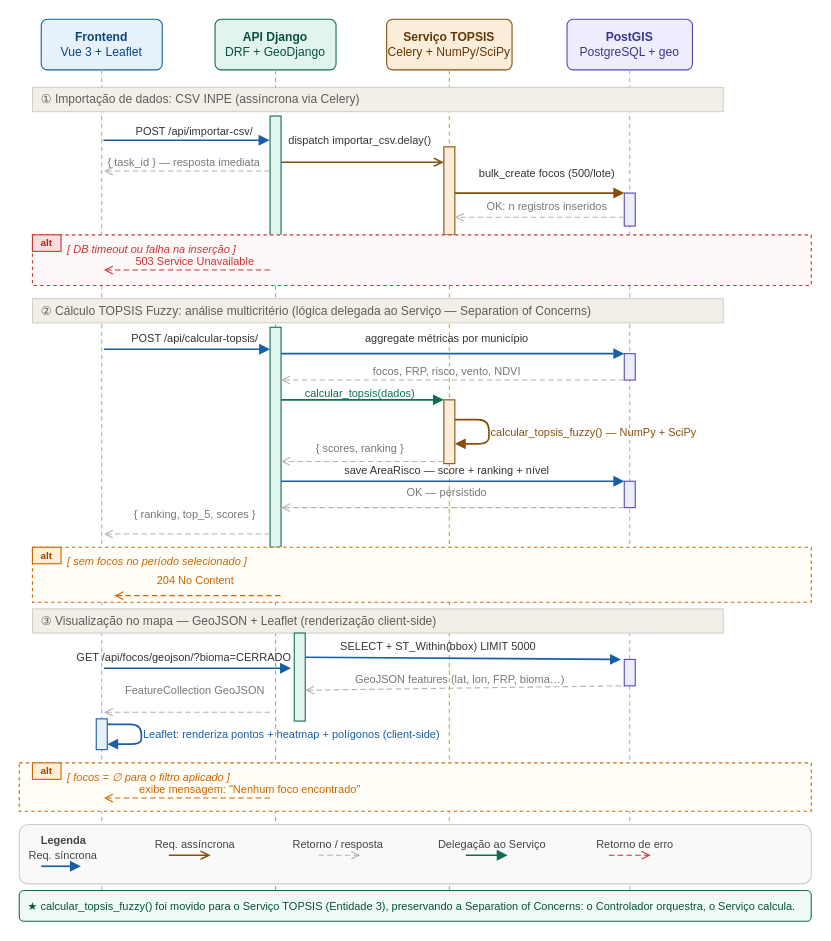
rogeriocerqueira/ignisGeo keeps this draw.io diagram as docs/diagrama-sequencia-ignisGeo-v2.drawio. Above is the earlier version. Source tidied: cells renumbered, new cells numbered last; positions are measured from the earlier drawing's top-left corner, leaving out a move shared by most shapes. Both pictures are drawn from the tidied source at 110%, with x=0, y=0 at pixel (19, 19).
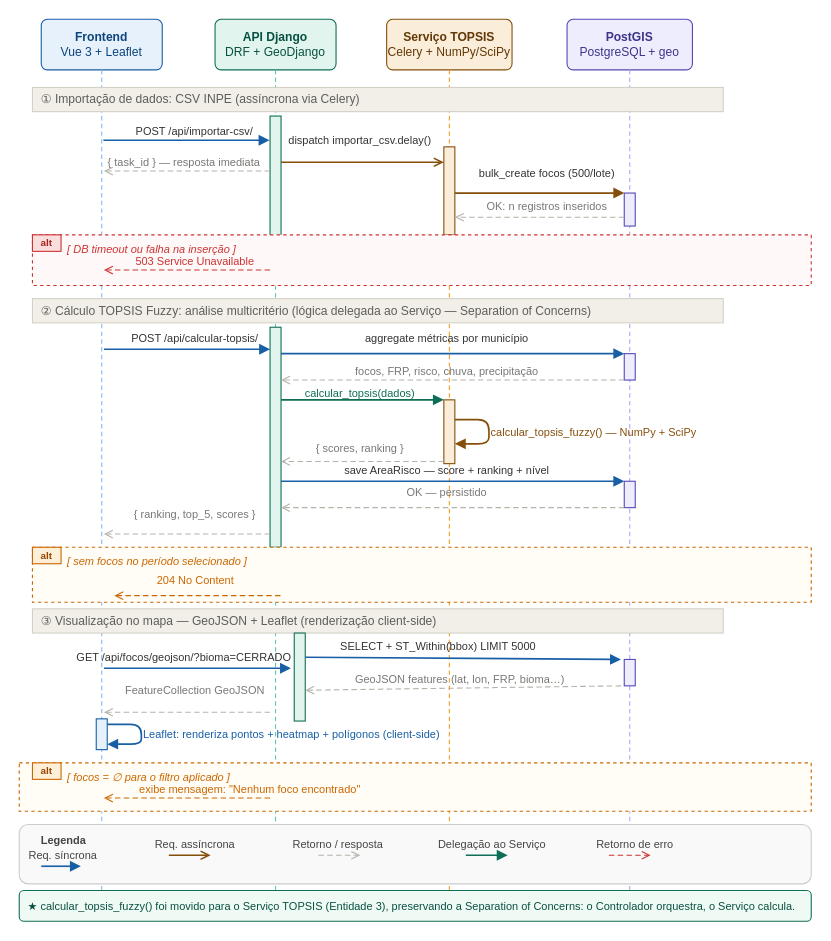
After the change.

Commit message (it also covers changes not shown here):
update sequences diagram

The edit, as a diff of the source:
```diff
@@
-    <mxCell id="30" value="focos, FRP, risco, vento, NDVI" style="endArrow=open;endFill=0;dashed=1;dashPattern=5 3;strokeColor=#B4B2A9;strokeWidth=1;fontSize=10;fontColor=#777775;labelBackgroundColor=none;" parent="1" edge="1">
+    <mxCell id="30" value="focos, FRP, risco, chuva, precipitação" style="endArrow=open;endFill=0;dashed=1;dashPattern=5 3;strokeColor=#B4B2A9;strokeWidth=1;fontSize=10;fontColor=#777775;labelBackgroundColor=none;" parent="1" edge="1">
       <mxGeometry x="0.03" y="-8" relative="1" as="geometry">
         <mxPoint x="550" y="328" as="sourcePoint" />
         <mxPoint x="238" y="328" as="targetPoint" />
       </mxGeometry>
     </mxCell>
```
